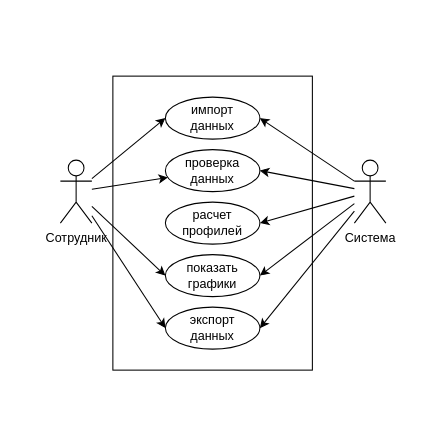
Earlier version of the draw.io diagram page "Use_case" (1 of 4) of UML diagramms.drawio (KonstantinBatrakov/BPMN_EPC_IDEF0_UML). Source tidied: cells renumbered, new cells numbered last; positions are measured from the earlier drawing's top-left corner, leaving out a move shared by most shapes. Both pictures are drawn from the tidied source at 105%, with x=0, y=0 at pixel (60, 76).
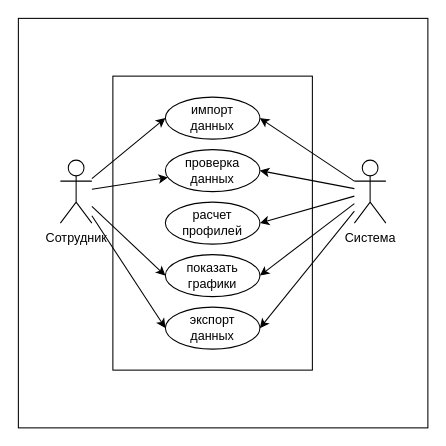
Above is the later version.

The edit, as a diff of the source:
```diff
@@
 <mxGraphModel>
   <root>
     <mxCell id="0" />
     <mxCell id="1" parent="0" />
+    <mxCell id="19" style="rounded=0;whiteSpace=wrap;html=1;" parent="1" vertex="1">
+      <mxGeometry x="-40" y="-55" width="390" height="390" as="geometry" />
+    </mxCell>
     <mxCell id="2" style="rounded=0;whiteSpace=wrap;html=1;" parent="1" vertex="1">
       <mxGeometry x="50" width="190" height="280" as="geometry" />
     </mxCell>
     <mxCell id="3" style="rounded=0;jettySize=auto;html=1;entryX=0;entryY=0.5;entryDx=0;entryDy=0;" parent="1" edge="1" source="7" target="14">
       <mxGeometry relative="1" as="geometry" />
     </mxCell>
     <mxCell id="4" style="rounded=0;jettySize=auto;html=1;" parent="1" edge="1" source="7" target="15">
       <mxGeometry relative="1" as="geometry" />
     </mxCell>
     <mxCell id="5" style="jettySize=auto;html=1;entryX=0;entryY=0.5;entryDx=0;entryDy=0;" parent="1" edge="1" source="7" target="17">
       <mxGeometry relative="1" as="geometry" />
     </mxCell>
     <mxCell id="6" style="jettySize=auto;html=1;entryX=0;entryY=0.5;entryDx=0;entryDy=0;" parent="1" edge="1" source="7" target="18">
       <mxGeometry relative="1" as="geometry" />
     </mxCell>
     <mxCell id="7" value="Сотрудник" style="shape=umlActor;verticalLabelPosition=bottom;verticalAlign=top;html=1;outlineConnect=0;rounded=0;" parent="1" vertex="1">
       <mxGeometry y="80" width="30" height="60" as="geometry" />
     </mxCell>
     <mxCell id="8" style="jettySize=auto;html=1;entryX=1;entryY=0.5;entryDx=0;entryDy=0;" parent="1" edge="1" source="13" target="14">
       <mxGeometry relative="1" as="geometry" />
     </mxCell>
     <mxCell id="9" style="jettySize=auto;html=1;entryX=1;entryY=0.5;entryDx=0;entryDy=0;" parent="1" edge="1" source="13" target="15">
       <mxGeometry relative="1" as="geometry" />
     </mxCell>
     <mxCell id="10" style="jettySize=auto;html=1;entryX=1;entryY=0.5;entryDx=0;entryDy=0;" parent="1" edge="1" source="13" target="16">
       <mxGeometry relative="1" as="geometry" />
     </mxCell>
     <mxCell id="11" style="jettySize=auto;html=1;entryX=1;entryY=0.5;entryDx=0;entryDy=0;" parent="1" edge="1" source="13" target="17">
       <mxGeometry relative="1" as="geometry" />
     </mxCell>
     <mxCell id="12" style="jettySize=auto;html=1;entryX=1;entryY=0.5;entryDx=0;entryDy=0;" parent="1" edge="1" source="13" target="18">
       <mxGeometry relative="1" as="geometry" />
     </mxCell>
     <mxCell id="13" value="Система" style="shape=umlActor;verticalLabelPosition=bottom;verticalAlign=top;html=1;outlineConnect=0;rounded=0;" parent="1" vertex="1">
       <mxGeometry x="280" y="80" width="30" height="60" as="geometry" />
     </mxCell>
     <mxCell id="14" value="импорт&lt;div&gt;&lt;span style=&quot;background-color: initial;&quot;&gt;данных&lt;/span&gt;&lt;/div&gt;" style="ellipse;whiteSpace=wrap;html=1;rounded=0;" parent="1" vertex="1">
       <mxGeometry x="100" y="20" width="90" height="40" as="geometry" />
     </mxCell>
     <mxCell id="15" value="проверка&lt;div&gt;&lt;div&gt;данных&lt;/div&gt;&lt;/div&gt;" style="ellipse;whiteSpace=wrap;html=1;rounded=0;" parent="1" vertex="1">
       <mxGeometry x="100" y="70" width="90" height="40" as="geometry" />
     </mxCell>
     <mxCell id="16" value="расчет&lt;div&gt;профилей&lt;/div&gt;" style="ellipse;whiteSpace=wrap;html=1;rounded=0;" parent="1" vertex="1">
       <mxGeometry x="100" y="120" width="90" height="40" as="geometry" />
     </mxCell>
     <mxCell id="17" value="экспорт&lt;div&gt;данных&lt;/div&gt;" style="ellipse;whiteSpace=wrap;html=1;rounded=0;" parent="1" vertex="1">
       <mxGeometry x="100" y="220" width="90" height="40" as="geometry" />
     </mxCell>
     <mxCell id="18" value="показать&lt;div&gt;графики&lt;/div&gt;" style="ellipse;whiteSpace=wrap;html=1;rounded=0;" parent="1" vertex="1">
       <mxGeometry x="100" y="170" width="90" height="40" as="geometry" />
     </mxCell>
   </root>
 </mxGraphModel>
```
